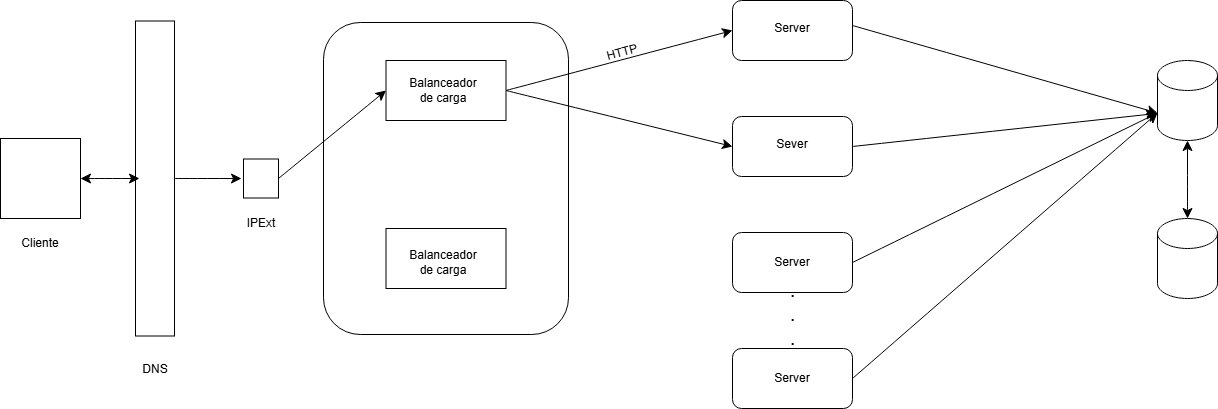
This is Arquitetura.drawio.png from rayanssan/techthrift, a draw.io export, as it was before one commit. Source tidied: cells renumbered, new cells last; positions are measured from the earlier drawing's top-left corner, leaving out a move shared by most shapes. Its diagram source:
```xml
<mxGraphModel>
  <root>
    <mxCell id="0" />
    <mxCell id="1" parent="0" />
    <mxCell id="2" style="whiteSpace=wrap;html=1;" parent="1" vertex="1">
      <mxGeometry x="3" y="138" width="80" height="80" as="geometry" />
    </mxCell>
    <mxCell id="3" style="rounded=0;whiteSpace=wrap;html=1;rotation=-90;" parent="1" vertex="1">
      <mxGeometry y="158.5" width="315" height="39" as="geometry" />
    </mxCell>
    <mxCell id="4" style="rounded=1;whiteSpace=wrap;html=1;" parent="1" vertex="1">
      <mxGeometry x="326" y="22" width="245" height="312" as="geometry" />
    </mxCell>
    <mxCell id="5" style="rounded=0;whiteSpace=wrap;html=1;" parent="1" vertex="1">
      <mxGeometry x="388.5" y="60" width="120" height="60" as="geometry" />
    </mxCell>
    <mxCell id="6" style="rounded=0;whiteSpace=wrap;html=1;" parent="1" vertex="1">
      <mxGeometry x="388.5" y="228" width="120" height="60" as="geometry" />
    </mxCell>
    <mxCell id="7" style="rounded=1;whiteSpace=wrap;html=1;" parent="1" vertex="1">
      <mxGeometry x="735" width="120" height="60" as="geometry" />
    </mxCell>
    <mxCell id="8" style="rounded=1;whiteSpace=wrap;html=1;" parent="1" vertex="1">
      <mxGeometry x="735" y="116" width="120" height="60" as="geometry" />
    </mxCell>
    <mxCell id="9" style="rounded=1;whiteSpace=wrap;html=1;" parent="1" vertex="1">
      <mxGeometry x="735" y="232" width="120" height="60" as="geometry" />
    </mxCell>
    <mxCell id="10" style="rounded=1;whiteSpace=wrap;html=1;" parent="1" vertex="1">
      <mxGeometry x="735" y="348" width="120" height="60" as="geometry" />
    </mxCell>
    <mxCell id="11" style="shape=cylinder3;whiteSpace=wrap;html=1;boundedLbl=1;backgroundOutline=1;size=15;" parent="1" vertex="1">
      <mxGeometry x="1160" y="60" width="60" height="80" as="geometry" />
    </mxCell>
    <mxCell id="12" style="shape=cylinder3;whiteSpace=wrap;html=1;boundedLbl=1;backgroundOutline=1;size=15;" parent="1" vertex="1">
      <mxGeometry x="1160" y="218" width="60" height="80" as="geometry" />
    </mxCell>
    <mxCell id="13" style="endArrow=classic;html=1;rounded=0;fontSize=12;startSize=8;endSize=8;curved=1;exitX=1;exitY=0.5;exitDx=0;exitDy=0;" parent="1" edge="1" source="8">
      <mxGeometry relative="1" as="geometry">
        <mxPoint x="1159" y="113" as="targetPoint" />
      </mxGeometry>
    </mxCell>
    <mxCell id="14" style="endArrow=classic;html=1;rounded=0;fontSize=12;startSize=8;endSize=8;curved=1;exitX=1;exitY=0.5;exitDx=0;exitDy=0;entryX=0;entryY=0;entryDx=0;entryDy=52.5;entryPerimeter=0;" parent="1" edge="1" target="11">
      <mxGeometry relative="1" as="geometry">
        <mxPoint x="855" y="25" as="sourcePoint" />
      </mxGeometry>
    </mxCell>
    <mxCell id="15" style="endArrow=classic;html=1;rounded=0;fontSize=12;startSize=8;endSize=8;curved=1;exitX=1;exitY=0.5;exitDx=0;exitDy=0;entryX=0;entryY=0;entryDx=0;entryDy=52.5;entryPerimeter=0;" parent="1" edge="1" source="9" target="11">
      <mxGeometry relative="1" as="geometry" />
    </mxCell>
    <mxCell id="16" style="endArrow=classic;html=1;rounded=0;fontSize=12;startSize=8;endSize=8;curved=1;exitX=1;exitY=0.5;exitDx=0;exitDy=0;entryX=0;entryY=0;entryDx=0;entryDy=52.5;entryPerimeter=0;" parent="1" edge="1" source="10" target="11">
      <mxGeometry relative="1" as="geometry" />
    </mxCell>
    <mxCell id="17" style="endArrow=classic;startArrow=classic;html=1;rounded=0;fontSize=12;startSize=8;endSize=8;curved=1;entryX=0.5;entryY=1;entryDx=0;entryDy=0;entryPerimeter=0;exitX=0.5;exitY=0;exitDx=0;exitDy=0;exitPerimeter=0;" parent="1" edge="1" source="12" target="11">
      <mxGeometry relative="1" as="geometry" />
    </mxCell>
    <mxCell id="18" style="endArrow=classic;html=1;rounded=0;fontSize=12;startSize=8;endSize=8;curved=1;exitX=1;exitY=0.5;exitDx=0;exitDy=0;entryX=0;entryY=0.5;entryDx=0;entryDy=0;" parent="1" edge="1" source="5" target="7">
      <mxGeometry relative="1" as="geometry" />
    </mxCell>
    <mxCell id="19" style="endArrow=classic;html=1;rounded=0;fontSize=12;startSize=8;endSize=8;curved=1;exitX=1;exitY=0.5;exitDx=0;exitDy=0;entryX=0;entryY=0.5;entryDx=0;entryDy=0;" parent="1" edge="1" source="5" target="8">
      <mxGeometry relative="1" as="geometry" />
    </mxCell>
    <mxCell id="20" style="endArrow=classic;startArrow=classic;html=1;rounded=0;fontSize=12;startSize=8;endSize=8;curved=1;exitX=1;exitY=0.5;exitDx=0;exitDy=0;" parent="1" edge="1" source="2">
      <mxGeometry relative="1" as="geometry">
        <mxPoint x="142" y="178" as="targetPoint" />
      </mxGeometry>
    </mxCell>
    <mxCell id="21" style="endArrow=classic;html=1;rounded=0;fontSize=12;startSize=8;endSize=8;curved=1;exitX=0.5;exitY=1;exitDx=0;exitDy=0;" parent="1" edge="1" source="3">
      <mxGeometry relative="1" as="geometry">
        <mxPoint x="244" y="178" as="targetPoint" />
      </mxGeometry>
    </mxCell>
    <mxCell id="22" style="rounded=0;whiteSpace=wrap;html=1;" parent="1" vertex="1">
      <mxGeometry x="246" y="158.5" width="35" height="39" as="geometry" />
    </mxCell>
    <mxCell id="23" style="endArrow=classic;html=1;rounded=0;fontSize=12;startSize=8;endSize=8;curved=1;exitX=1;exitY=0.5;exitDx=0;exitDy=0;entryX=0;entryY=0.5;entryDx=0;entryDy=0;" parent="1" edge="1" source="22" target="5">
      <mxGeometry relative="1" as="geometry" />
    </mxCell>
    <mxCell id="24" value="Balanceador de carga" style="text;html=1;align=center;verticalAlign=middle;whiteSpace=wrap;rounded=0;" parent="1" vertex="1">
      <mxGeometry x="416" y="75" width="60" height="30" as="geometry" />
    </mxCell>
    <mxCell id="25" value="Balanceador de carga" style="text;html=1;align=center;verticalAlign=middle;whiteSpace=wrap;rounded=0;" parent="1" vertex="1">
      <mxGeometry x="416" y="247" width="60" height="30" as="geometry" />
    </mxCell>
    <mxCell id="26" value="DNS" style="text;html=1;align=center;verticalAlign=middle;whiteSpace=wrap;rounded=0;" parent="1" vertex="1">
      <mxGeometry x="127.5" y="354" width="60" height="30" as="geometry" />
    </mxCell>
    <mxCell id="27" value="Cliente" style="text;html=1;align=center;verticalAlign=middle;whiteSpace=wrap;rounded=0;" parent="1" vertex="1">
      <mxGeometry x="13" y="228" width="60" height="30" as="geometry" />
    </mxCell>
    <mxCell id="28" value="Server" style="text;html=1;align=center;verticalAlign=middle;whiteSpace=wrap;rounded=0;" parent="1" vertex="1">
      <mxGeometry x="765" y="13" width="60" height="30" as="geometry" />
    </mxCell>
    <mxCell id="29" value="Sever" style="text;html=1;align=center;verticalAlign=middle;whiteSpace=wrap;rounded=0;" parent="1" vertex="1">
      <mxGeometry x="765" y="128.5" width="60" height="30" as="geometry" />
    </mxCell>
    <mxCell id="30" value="Server" style="text;html=1;align=center;verticalAlign=middle;whiteSpace=wrap;rounded=0;" parent="1" vertex="1">
      <mxGeometry x="765" y="247" width="60" height="30" as="geometry" />
    </mxCell>
    <mxCell id="31" value="Server" style="text;html=1;align=center;verticalAlign=middle;whiteSpace=wrap;rounded=0;" parent="1" vertex="1">
      <mxGeometry x="765" y="363" width="60" height="30" as="geometry" />
    </mxCell>
    <mxCell id="32" value=".&lt;div&gt;.&lt;/div&gt;&lt;div&gt;.&lt;/div&gt;" style="text;html=1;align=center;verticalAlign=middle;strokeColor=none;fillColor=none;fontSize=20;" parent="1" vertex="1">
      <mxGeometry x="784" y="278" width="22" height="70" as="geometry" />
    </mxCell>
    <mxCell id="33" value="HTTP" style="text;html=1;align=center;verticalAlign=middle;whiteSpace=wrap;rounded=0;rotation=-15;" parent="1" vertex="1">
      <mxGeometry x="595" y="37" width="60" height="30" as="geometry" />
    </mxCell>
    <mxCell id="34" value="IPExt" style="text;html=1;align=center;verticalAlign=middle;whiteSpace=wrap;rounded=0;" parent="1" vertex="1">
      <mxGeometry x="233.5" y="208" width="60" height="30" as="geometry" />
    </mxCell>
  </root>
</mxGraphModel>
```
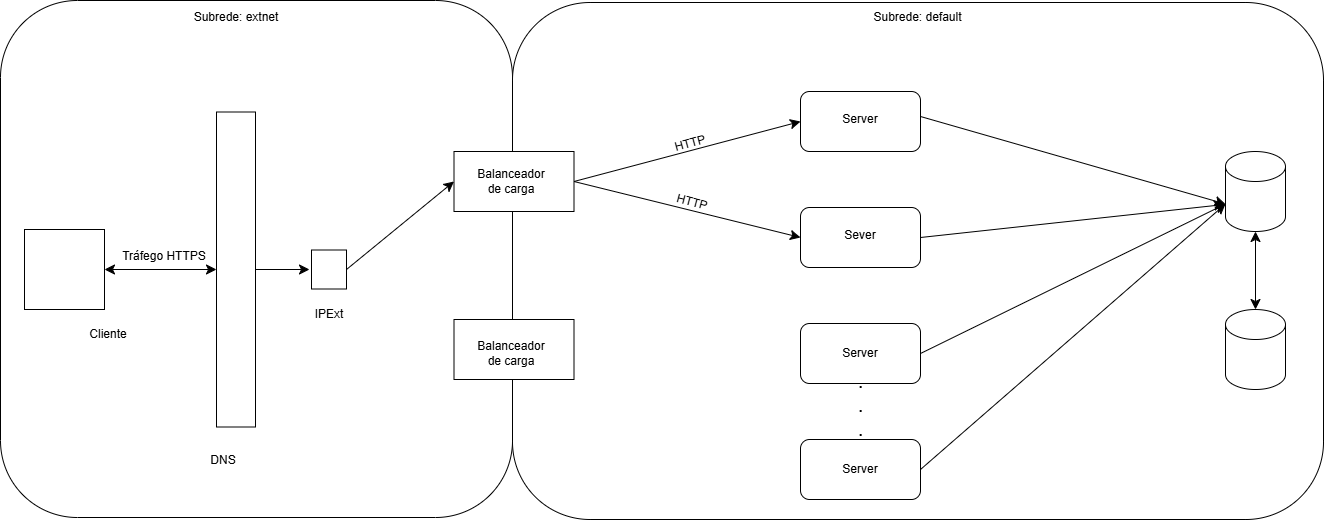
Later version of the same file.

Commit message:
Arquitetura versão 2

Arquitetura versão 2

What changed in the source:
```diff
@@ -2,15 +2,18 @@
   <root>
     <mxCell id="0" />
     <mxCell id="1" parent="0" />
+    <mxCell id="35" style="rounded=1;whiteSpace=wrap;html=1;" parent="1" vertex="1">
+      <mxGeometry x="-65" y="-91" width="512" height="517" as="geometry" />
+    </mxCell>
+    <mxCell id="36" style="rounded=1;whiteSpace=wrap;html=1;" parent="1" vertex="1">
+      <mxGeometry x="447" y="-89" width="811" height="517" as="geometry" />
+    </mxCell>
     <mxCell id="2" style="whiteSpace=wrap;html=1;" parent="1" vertex="1">
-      <mxGeometry x="3" y="138" width="80" height="80" as="geometry" />
+      <mxGeometry x="-41" y="138" width="80" height="80" as="geometry" />
     </mxCell>
     <mxCell id="3" style="rounded=0;whiteSpace=wrap;html=1;rotation=-90;" parent="1" vertex="1">
-      <mxGeometry y="158.5" width="315" height="39" as="geometry" />
+      <mxGeometry x="13" y="158.5" width="315" height="39" as="geometry" />
     </mxCell>
-    <mxCell id="4" style="rounded=1;whiteSpace=wrap;html=1;" parent="1" vertex="1">
-      <mxGeometry x="326" y="22" width="245" height="312" as="geometry" />
-    </mxCell>
     <mxCell id="5" style="rounded=0;whiteSpace=wrap;html=1;" parent="1" vertex="1">
       <mxGeometry x="388.5" y="60" width="120" height="60" as="geometry" />
     </mxCell>
@@ -60,10 +63,8 @@
     <mxCell id="19" style="endArrow=classic;html=1;rounded=0;fontSize=12;startSize=8;endSize=8;curved=1;exitX=1;exitY=0.5;exitDx=0;exitDy=0;entryX=0;entryY=0.5;entryDx=0;entryDy=0;" parent="1" edge="1" source="5" target="8">
       <mxGeometry relative="1" as="geometry" />
     </mxCell>
-    <mxCell id="20" style="endArrow=classic;startArrow=classic;html=1;rounded=0;fontSize=12;startSize=8;endSize=8;curved=1;exitX=1;exitY=0.5;exitDx=0;exitDy=0;" parent="1" edge="1" source="2">
-      <mxGeometry relative="1" as="geometry">
-        <mxPoint x="142" y="178" as="targetPoint" />
-      </mxGeometry>
+    <mxCell id="20" style="endArrow=classic;startArrow=classic;html=1;rounded=0;fontSize=12;startSize=8;endSize=8;curved=1;exitX=1;exitY=0.5;exitDx=0;exitDy=0;entryX=0.5;entryY=0;entryDx=0;entryDy=0;" parent="1" edge="1" source="2" target="3">
+      <mxGeometry relative="1" as="geometry" />
     </mxCell>
     <mxCell id="21" style="endArrow=classic;html=1;rounded=0;fontSize=12;startSize=8;endSize=8;curved=1;exitX=0.5;exitY=1;exitDx=0;exitDy=0;" parent="1" edge="1" source="3">
       <mxGeometry relative="1" as="geometry">
@@ -109,5 +110,17 @@
     <mxCell id="34" value="IPExt" style="text;html=1;align=center;verticalAlign=middle;whiteSpace=wrap;rounded=0;" parent="1" vertex="1">
       <mxGeometry x="233.5" y="208" width="60" height="30" as="geometry" />
     </mxCell>
+    <mxCell id="37" value="Subrede: extnet" style="text;html=1;align=center;verticalAlign=middle;whiteSpace=wrap;rounded=0;" parent="1" vertex="1">
+      <mxGeometry x="110.8" y="-89" width="119.5" height="30" as="geometry" />
+    </mxCell>
+    <mxCell id="38" value="Subrede: default" style="text;html=1;align=center;verticalAlign=middle;whiteSpace=wrap;rounded=0;" parent="1" vertex="1">
+      <mxGeometry x="800.2" y="-89" width="104.5" height="30" as="geometry" />
+    </mxCell>
+    <mxCell id="39" value="HTTP" style="text;html=1;align=center;verticalAlign=middle;whiteSpace=wrap;rounded=0;rotation=15;" parent="1" vertex="1">
+      <mxGeometry x="597" y="96" width="60" height="30" as="geometry" />
+    </mxCell>
+    <mxCell id="40" value="Tráfego HTTPS" style="text;html=1;align=center;verticalAlign=middle;whiteSpace=wrap;rounded=0;" parent="1" vertex="1">
+      <mxGeometry x="39" y="150" width="119.5" height="30" as="geometry" />
+    </mxCell>
   </root>
 </mxGraphModel>
```
